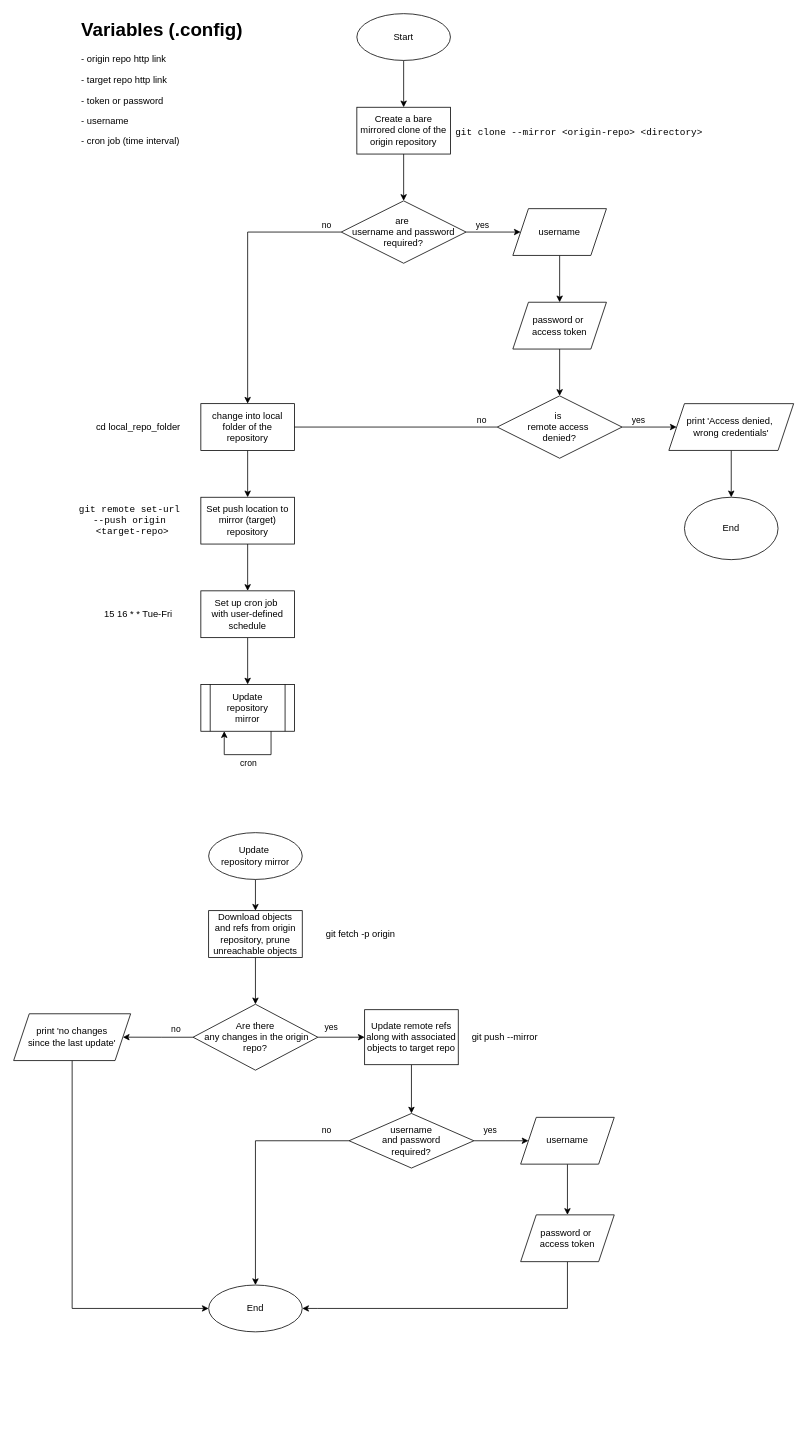
Earlier version of the draw.io diagram flowchart/git-mirror.drawio (raphi-tech/git-mirror). Source tidied: cells renumbered, new cells numbered last; positions are measured from the earlier drawing's top-left corner, leaving out a move shared by most shapes. Both pictures are drawn from the tidied source at 78%, with x=0, y=0 at pixel (13, 13).
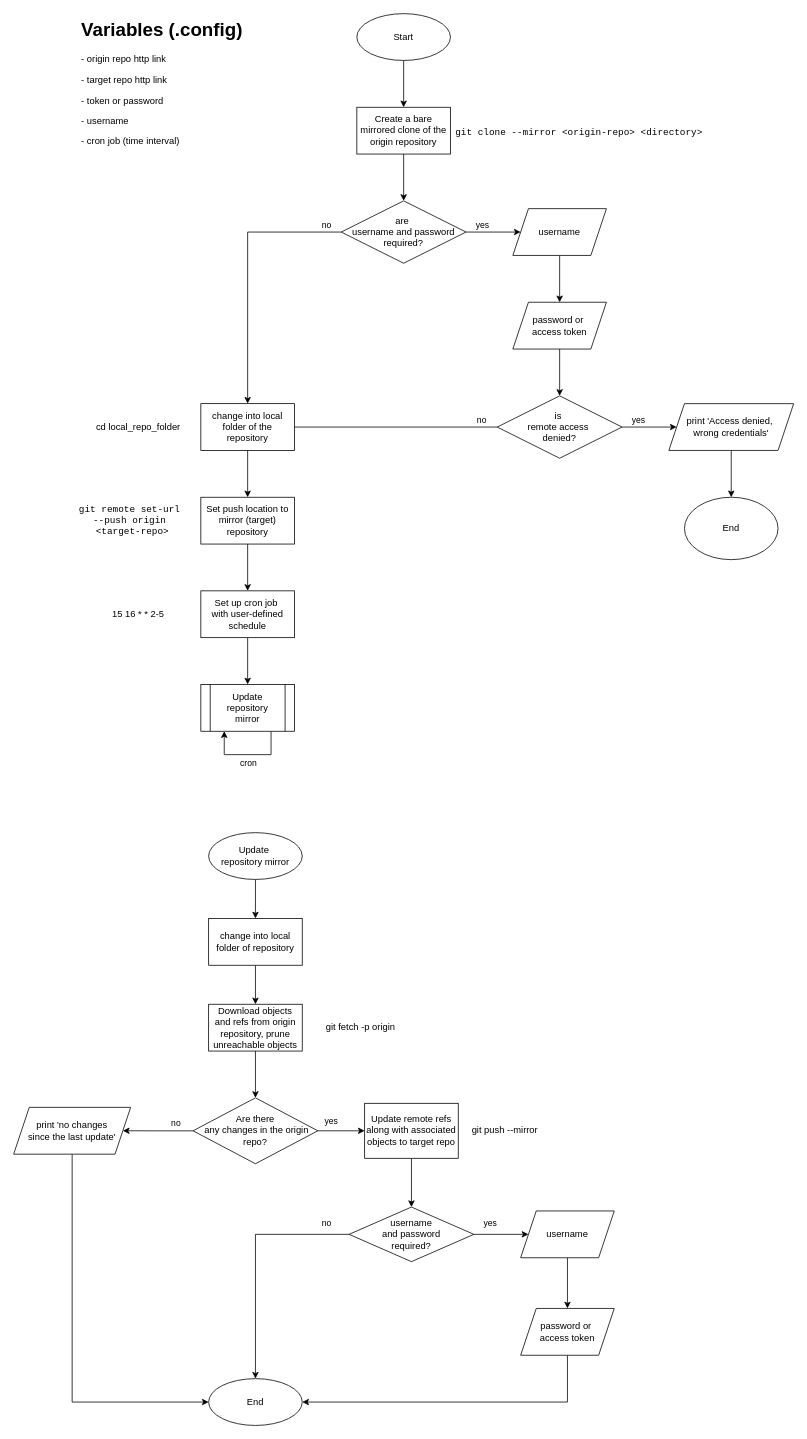
The same diagram, later.

Unchanged cells that the change refers to:
```xml
<mxCell id="57" value="&lt;div&gt;Update&amp;nbsp;&lt;/div&gt;&lt;div&gt;repository mirror&lt;/div&gt;" style="ellipse;whiteSpace=wrap;html=1;" parent="1" vertex="1">
  <mxGeometry x="250" y="1050" width="120" height="60" as="geometry" />
</mxCell>
```

What changed in the source:
```diff
@@
     <mxCell id="5" value="&lt;div&gt;Download objects&lt;/div&gt;&lt;div&gt;and refs from origin repository, prune unreachable objects&lt;/div&gt;" style="rounded=0;whiteSpace=wrap;html=1;" parent="1" vertex="1">
-      <mxGeometry x="250" y="1150" width="120" height="60" as="geometry" />
+      <mxGeometry x="250" y="1270" width="120" height="60" as="geometry" />
     </mxCell>
@@
     <mxCell id="22" value="git fetch -p origin" style="text;html=1;align=center;verticalAlign=middle;whiteSpace=wrap;rounded=0;" parent="1" vertex="1">
-      <mxGeometry x="390" y="1165" width="110" height="30" as="geometry" />
+      <mxGeometry x="390" y="1285" width="110" height="30" as="geometry" />
     </mxCell>
@@
     <mxCell id="26" value="&lt;div&gt;Are there&lt;/div&gt;&lt;div&gt;&amp;nbsp;any&amp;nbsp;changes in the origin&lt;/div&gt;&lt;div&gt;repo?&lt;/div&gt;" style="rhombus;whiteSpace=wrap;html=1;" parent="1" vertex="1">
-      <mxGeometry x="230" y="1270" width="160" height="84.5" as="geometry" />
+      <mxGeometry x="230" y="1390" width="160" height="84.5" as="geometry" />
     </mxCell>
@@
     <mxCell id="33" value="Update remote refs along with associated objects to target repo" style="rounded=0;whiteSpace=wrap;html=1;" parent="1" vertex="1">
-      <mxGeometry x="450" y="1277" width="120" height="70.5" as="geometry" />
+      <mxGeometry x="450" y="1397" width="120" height="70.5" as="geometry" />
     </mxCell>
     <mxCell id="34" value="&lt;div&gt;git push --mirror&lt;/div&gt;" style="text;html=1;align=center;verticalAlign=middle;whiteSpace=wrap;rounded=0;" parent="1" vertex="1">
-      <mxGeometry x="580" y="1297.2" width="100" height="30" as="geometry" />
+      <mxGeometry x="580" y="1417.2" width="100" height="30" as="geometry" />
     </mxCell>
     <mxCell id="35" style="edgeStyle=orthogonalEdgeStyle;rounded=0;jettySize=auto;html=1;exitX=1;exitY=0.5;exitDx=0;exitDy=0;" parent="1" edge="1" source="39" target="41">
       <mxGeometry relative="1" as="geometry">
         <Array as="points">
-          <mxPoint x="630" y="1445" />
-          <mxPoint x="630" y="1445" />
+          <mxPoint x="630" y="1565" />
+          <mxPoint x="630" y="1565" />
         </Array>
       </mxGeometry>
     </mxCell>
@@
     <mxCell id="39" value="&lt;div&gt;username&lt;/div&gt;&lt;div&gt;and password&lt;/div&gt;&lt;div&gt;required?&lt;/div&gt;" style="rhombus;whiteSpace=wrap;html=1;" parent="1" vertex="1">
-      <mxGeometry x="430" y="1410" width="160" height="70" as="geometry" />
+      <mxGeometry x="430" y="1530" width="160" height="70" as="geometry" />
     </mxCell>
@@
     <mxCell id="41" value="username" style="shape=parallelogram;perimeter=parallelogramPerimeter;whiteSpace=wrap;html=1;fixedSize=1;" parent="1" vertex="1">
-      <mxGeometry x="650" y="1415" width="120" height="60" as="geometry" />
+      <mxGeometry x="650" y="1535" width="120" height="60" as="geometry" />
     </mxCell>
     <mxCell id="42" style="edgeStyle=orthogonalEdgeStyle;rounded=0;jettySize=auto;html=1;entryX=1;entryY=0.5;entryDx=0;entryDy=0;" parent="1" edge="1" source="43" target="60">
       <mxGeometry relative="1" as="geometry">
         <Array as="points">
-          <mxPoint x="710" y="1660" />
-          <mxPoint x="390" y="1660" />
+          <mxPoint x="710" y="1780" />
+          <mxPoint x="390" y="1780" />
         </Array>
       </mxGeometry>
     </mxCell>
     <mxCell id="43" value="&lt;div&gt;password or&amp;nbsp;&lt;/div&gt;&lt;div&gt;access token&lt;/div&gt;" style="shape=parallelogram;perimeter=parallelogramPerimeter;whiteSpace=wrap;html=1;fixedSize=1;" parent="1" vertex="1">
-      <mxGeometry x="650" y="1540" width="120" height="60" as="geometry" />
+      <mxGeometry x="650" y="1660" width="120" height="60" as="geometry" />
     </mxCell>
@@
     <mxCell id="50" style="edgeStyle=orthogonalEdgeStyle;rounded=0;jettySize=auto;html=1;entryX=0;entryY=0.5;entryDx=0;entryDy=0;exitX=0.5;exitY=1;exitDx=0;exitDy=0;" parent="1" edge="1" source="51" target="60">
       <mxGeometry relative="1" as="geometry">
         <Array as="points">
-          <mxPoint x="75" y="1660" />
+          <mxPoint x="75" y="1780" />
         </Array>
       </mxGeometry>
     </mxCell>
     <mxCell id="51" value="&lt;div&gt;print 'no changes&lt;/div&gt;&lt;div&gt;since the last update'&lt;/div&gt;" style="shape=parallelogram;perimeter=parallelogramPerimeter;whiteSpace=wrap;html=1;fixedSize=1;" parent="1" vertex="1">
-      <mxGeometry y="1282.2" width="150" height="60" as="geometry" />
+      <mxGeometry y="1402.2" width="150" height="60" as="geometry" />
     </mxCell>
-    <mxCell id="52" value="15 16 * * Tue-Fri" style="text;html=1;align=center;verticalAlign=middle;whiteSpace=wrap;rounded=0;" parent="1" vertex="1">
+    <mxCell id="52" value="15 16 * * 2-5" style="text;html=1;align=center;verticalAlign=middle;whiteSpace=wrap;rounded=0;" parent="1" vertex="1">
       <mxGeometry x="95" y="755" width="130" height="30" as="geometry" />
     </mxCell>
@@
-    <mxCell id="56" style="edgeStyle=orthogonalEdgeStyle;rounded=0;jettySize=auto;html=1;" parent="1" edge="1" source="57" target="5">
-      <mxGeometry relative="1" as="geometry" />
-    </mxCell>
+    <mxCell id="61" style="edgeStyle=orthogonalEdgeStyle;rounded=0;jettySize=auto;html=1;" parent="1" edge="1" source="57" target="63">
+      <mxGeometry relative="1" as="geometry" />
+    </mxCell>
@@
     <mxCell id="60" value="End" style="ellipse;whiteSpace=wrap;html=1;" parent="1" vertex="1">
-      <mxGeometry x="250" y="1630" width="120" height="60" as="geometry" />
+      <mxGeometry x="250" y="1750" width="120" height="60" as="geometry" />
     </mxCell>
+    <mxCell id="62" style="edgeStyle=orthogonalEdgeStyle;rounded=0;jettySize=auto;html=1;" parent="1" edge="1" source="63" target="5">
+      <mxGeometry relative="1" as="geometry" />
+    </mxCell>
+    <mxCell id="63" value="change into local folder of repository" style="rounded=0;whiteSpace=wrap;html=1;" parent="1" vertex="1">
+      <mxGeometry x="250" y="1160" width="120" height="60" as="geometry" />
+    </mxCell>
```
